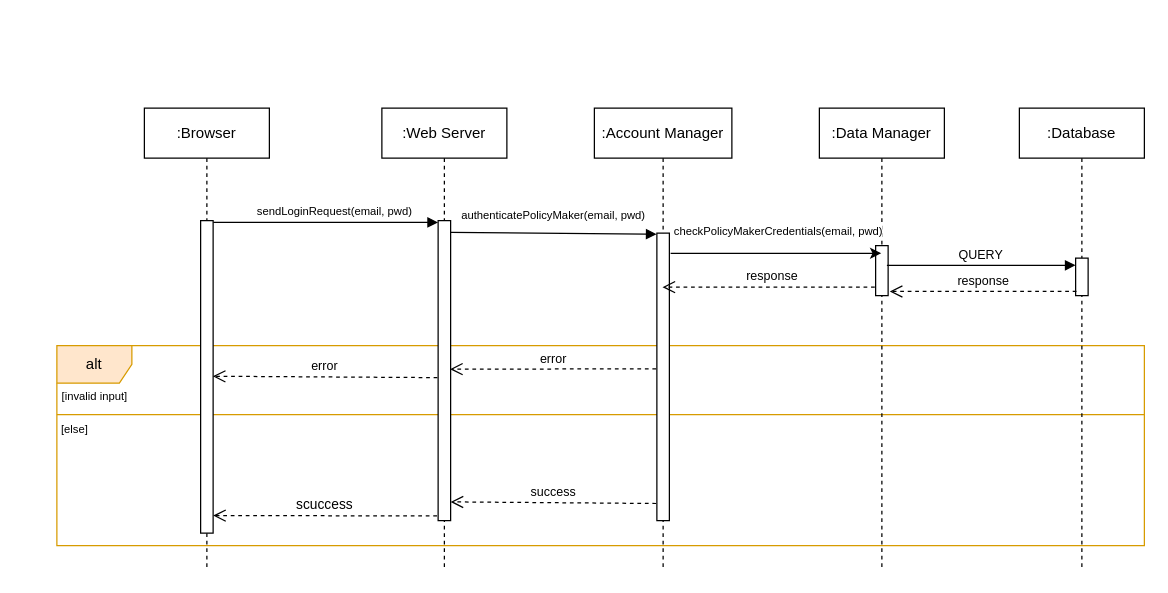
This is page "PM-login" (12 of 18) of DD/UML/Runtime.drawio from ictar/DREAM-SE2-Project-2022, a draw.io file, before an edit. Source tidied: cells renumbered, new cells numbered last; positions are measured from the earlier drawing's top-left corner, leaving out a move shared by most shapes. Both pictures are drawn from the tidied source at 125%, with x=0, y=0 at pixel (21, 108).
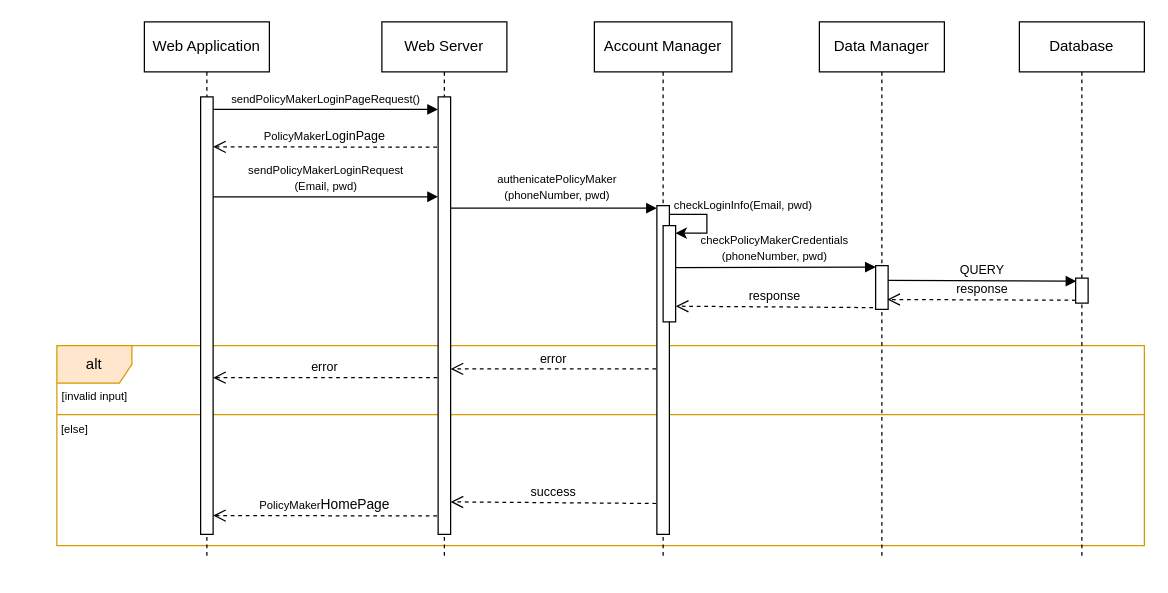
Above is the later version.

Change to the diagram source:
```diff
@@
-    <mxCell id="4" value=":Browser" style="shape=umlLifeline;perimeter=lifelinePerimeter;whiteSpace=wrap;html=1;" parent="1" vertex="1">
-      <mxGeometry x="98" width="100" height="370" as="geometry" />
-    </mxCell>
-    <mxCell id="5" value=":Web Server" style="shape=umlLifeline;perimeter=lifelinePerimeter;whiteSpace=wrap;html=1;" parent="1" vertex="1">
-      <mxGeometry x="288" width="100" height="370" as="geometry" />
-    </mxCell>
-    <mxCell id="6" style="html=1;points=[];perimeter=orthogonalPerimeter;" parent="5" vertex="1">
-      <mxGeometry x="45" y="90" width="10" height="240" as="geometry" />
-    </mxCell>
-    <mxCell id="7" value="&lt;font style=&quot;font-size: 9px&quot;&gt;sendLoginRequest(&lt;span class=&quot;NormalTextRun SCXW121076828 BCX0&quot; style=&quot;margin: 0px ; padding: 0px ; font-family: &amp;#34;dengxian&amp;#34; , &amp;#34;dengxian_embeddedfont&amp;#34; , &amp;#34;dengxian_msfontservice&amp;#34; , sans-serif ; text-align: left&quot;&gt;email,&amp;nbsp;&lt;/span&gt;&lt;span class=&quot;NormalTextRun SpellingErrorV2 SCXW121076828 BCX0 DefaultHighlightTransition&quot; style=&quot;margin: 0px ; padding: 0px ; transition: all 0.1s linear 0s ; background-repeat: repeat-x ; background-position: left bottom ; border-bottom: 1px solid transparent ; font-family: &amp;#34;dengxian&amp;#34; , &amp;#34;dengxian_embeddedfont&amp;#34; , &amp;#34;dengxian_msfontservice&amp;#34; , sans-serif ; text-align: left&quot;&gt;pwd&lt;/span&gt;)&lt;/font&gt;" style="html=1;verticalAlign=bottom;endArrow=block;rounded=0;entryX=-0.005;entryY=0.006;entryDx=0;entryDy=0;entryPerimeter=0;" parent="1" edge="1" source="9" target="6">
-      <mxGeometry x="0.08" relative="1" as="geometry" />
-    </mxCell>
-    <mxCell id="8" value="scuccess" style="html=1;verticalAlign=bottom;endArrow=open;dashed=1;endSize=8;exitX=-0.09;exitY=0.822;rounded=0;exitDx=0;exitDy=0;exitPerimeter=0;" parent="1" edge="1">
-      <mxGeometry relative="1" as="geometry">
-        <mxPoint x="332.1" y="326.2" as="sourcePoint" />
-        <mxPoint x="153" y="326" as="targetPoint" />
-      </mxGeometry>
-    </mxCell>
-    <mxCell id="9" style="html=1;points=[];perimeter=orthogonalPerimeter;" parent="1" vertex="1">
-      <mxGeometry x="143" y="90" width="10" height="250" as="geometry" />
-    </mxCell>
+    <mxCell id="28" value="Web Application" style="shape=umlLifeline;perimeter=lifelinePerimeter;whiteSpace=wrap;html=1;" parent="1" vertex="1">
+      <mxGeometry x="98" y="-69" width="100" height="430" as="geometry" />
+    </mxCell>
+    <mxCell id="29" value="Web Server" style="shape=umlLifeline;perimeter=lifelinePerimeter;whiteSpace=wrap;html=1;" parent="1" vertex="1">
+      <mxGeometry x="288" y="-69" width="100" height="430" as="geometry" />
+    </mxCell>
+    <mxCell id="30" style="html=1;points=[];perimeter=orthogonalPerimeter;" parent="29" vertex="1">
+      <mxGeometry x="45" y="60" width="10" height="350" as="geometry" />
+    </mxCell>
+    <mxCell id="31" value="&lt;font style=&quot;font-size: 9px&quot;&gt;sendPolicyMakerLoginRequest&lt;br&gt;(Email, pwd)&lt;/font&gt;" style="html=1;verticalAlign=bottom;endArrow=block;rounded=0;entryX=-0.005;entryY=0.006;entryDx=0;entryDy=0;entryPerimeter=0;" parent="1" edge="1">
+      <mxGeometry relative="1" as="geometry">
+        <mxPoint x="153" y="70.9" as="sourcePoint" />
+        <mxPoint x="332.9" y="70.9" as="targetPoint" />
+      </mxGeometry>
+    </mxCell>
+    <mxCell id="32" value="&lt;span style=&quot;font-size: 9px&quot;&gt;PolicyMaker&lt;/span&gt;HomePage" style="html=1;verticalAlign=bottom;endArrow=open;dashed=1;endSize=8;exitX=-0.09;exitY=0.822;rounded=0;exitDx=0;exitDy=0;exitPerimeter=0;" parent="1" edge="1">
+      <mxGeometry relative="1" as="geometry">
+        <mxPoint x="332.1" y="326.2" as="sourcePoint" />
+        <mxPoint x="153" y="326" as="targetPoint" />
+      </mxGeometry>
+    </mxCell>
+    <mxCell id="33" style="html=1;perimeter=orthogonalPerimeter;" parent="1" vertex="1">
+      <mxGeometry x="143" y="-9" width="10" height="350" as="geometry" />
+    </mxCell>
@@
-    <mxCell id="11" value=":Account Manager" style="shape=umlLifeline;perimeter=lifelinePerimeter;whiteSpace=wrap;html=1;outlineConnect=0;" parent="1" vertex="1">
-      <mxGeometry x="458" width="110" height="370" as="geometry" />
-    </mxCell>
-    <mxCell id="12" style="html=1;points=[];perimeter=orthogonalPerimeter;" parent="11" vertex="1">
-      <mxGeometry x="50" y="100" width="10" height="230" as="geometry" />
-    </mxCell>
-    <mxCell id="13" value=":Data Manager" style="shape=umlLifeline;perimeter=lifelinePerimeter;whiteSpace=wrap;html=1;outlineConnect=0;" parent="1" vertex="1">
-      <mxGeometry x="638" width="100" height="370" as="geometry" />
-    </mxCell>
-    <mxCell id="14" style="html=1;points=[];perimeter=orthogonalPerimeter;" parent="13" vertex="1">
-      <mxGeometry x="45" y="110" width="10" height="40" as="geometry" />
-    </mxCell>
-    <mxCell id="15" value=":Database" style="shape=umlLifeline;perimeter=lifelinePerimeter;whiteSpace=wrap;html=1;" parent="1" vertex="1">
-      <mxGeometry x="798" width="100" height="370" as="geometry" />
-    </mxCell>
-    <mxCell id="16" style="html=1;points=[];perimeter=orthogonalPerimeter;" parent="15" vertex="1">
-      <mxGeometry x="45" y="120" width="10" height="30" as="geometry" />
-    </mxCell>
-    <mxCell id="17" style="html=1;verticalAlign=bottom;endArrow=block;rounded=0;entryX=-0.021;entryY=0.004;entryDx=0;entryDy=0;entryPerimeter=0;exitX=0.997;exitY=0.039;exitDx=0;exitDy=0;exitPerimeter=0;" parent="1" edge="1" source="6" target="12">
-      <mxGeometry x="-0.21" y="10" relative="1" as="geometry" />
-    </mxCell>
-    <mxCell id="18" value="&lt;span style=&quot;color: rgb(0 , 0 , 0) ; font-family: &amp;#34;helvetica&amp;#34; ; font-style: normal ; font-weight: 400 ; letter-spacing: normal ; text-align: center ; text-indent: 0px ; text-transform: none ; word-spacing: 0px ; background-color: rgb(255 , 255 , 255) ; display: inline ; float: none&quot;&gt;&lt;font style=&quot;font-size: 9px&quot;&gt;check&lt;span style=&quot;font-family: &amp;#34;dengxian&amp;#34; , &amp;#34;dengxian_embeddedfont&amp;#34; , &amp;#34;dengxian_msfontservice&amp;#34; , sans-serif ; text-align: left&quot;&gt;PolicyMaker&lt;/span&gt;Credentials(&lt;span class=&quot;NormalTextRun SCXW121076828 BCX0&quot; style=&quot;margin: 0px ; padding: 0px ; font-family: &amp;#34;dengxian&amp;#34; , &amp;#34;dengxian_embeddedfont&amp;#34; , &amp;#34;dengxian_msfontservice&amp;#34; , sans-serif ; text-align: left&quot;&gt;email,&amp;nbsp;&lt;/span&gt;&lt;span class=&quot;NormalTextRun SpellingErrorV2 SCXW121076828 BCX0 DefaultHighlightTransition&quot; style=&quot;margin: 0px ; padding: 0px ; transition: all 0.1s linear 0s ; background-repeat: repeat-x ; background-position: left bottom ; border-bottom: 1px solid transparent ; font-family: &amp;#34;dengxian&amp;#34; , &amp;#34;dengxian_embeddedfont&amp;#34; , &amp;#34;dengxian_msfontservice&amp;#34; , sans-serif ; text-align: left&quot;&gt;pwd&lt;/span&gt;&lt;span class=&quot;NormalTextRun SCXW121076828 BCX0&quot; style=&quot;margin: 0px ; padding: 0px ; font-family: &amp;#34;dengxian&amp;#34; , &amp;#34;dengxian_embeddedfont&amp;#34; , &amp;#34;dengxian_msfontservice&amp;#34; , sans-serif ; text-align: left&quot;&gt;)&lt;/span&gt;&lt;/font&gt;&lt;/span&gt;" style="text;whiteSpace=wrap;html=1;fontSize=9;" parent="1" vertex="1">
-      <mxGeometry x="520" y="87" width="168" height="20" as="geometry" />
-    </mxCell>
-    <mxCell id="19" value="&lt;font style=&quot;font-size: 10px&quot;&gt;response&lt;/font&gt;" style="html=1;verticalAlign=bottom;endArrow=open;dashed=1;endSize=8;rounded=0;entryX=1.133;entryY=0.917;entryDx=0;entryDy=0;entryPerimeter=0;exitX=0.067;exitY=0.889;exitDx=0;exitDy=0;exitPerimeter=0;" parent="1" edge="1" source="16" target="14">
-      <mxGeometry relative="1" as="geometry" />
-    </mxCell>
-    <mxCell id="20" value="&lt;font style=&quot;font-size: 10px&quot;&gt;response&lt;/font&gt;" style="html=1;verticalAlign=bottom;endArrow=open;dashed=1;endSize=8;rounded=0;exitX=-0.067;exitY=0.831;exitDx=0;exitDy=0;exitPerimeter=0;" parent="1" edge="1" source="14" target="11">
-      <mxGeometry x="-0.03" relative="1" as="geometry" />
-    </mxCell>
-    <mxCell id="21" value="&lt;font style=&quot;font-size: 10px&quot;&gt;error&lt;/font&gt;" style="html=1;verticalAlign=bottom;endArrow=open;dashed=1;endSize=8;rounded=0;exitX=-0.067;exitY=0.831;exitDx=0;exitDy=0;exitPerimeter=0;entryX=0.953;entryY=0.495;entryDx=0;entryDy=0;entryPerimeter=0;" parent="1" edge="1" target="6">
-      <mxGeometry relative="1" as="geometry">
-        <mxPoint x="507.4" y="208.6" as="sourcePoint" />
-      </mxGeometry>
-    </mxCell>
-    <mxCell id="22" value="&lt;font style=&quot;font-size: 10px&quot;&gt;error&lt;/font&gt;" style="html=1;verticalAlign=bottom;endArrow=open;dashed=1;endSize=8;rounded=0;exitX=-0.067;exitY=0.831;exitDx=0;exitDy=0;exitPerimeter=0;entryX=0.976;entryY=0.498;entryDx=0;entryDy=0;entryPerimeter=0;" parent="1" edge="1" target="9">
-      <mxGeometry relative="1" as="geometry">
-        <mxPoint x="332.4" y="215.6" as="sourcePoint" />
-      </mxGeometry>
-    </mxCell>
+    <mxCell id="34" value="Account Manager" style="shape=umlLifeline;perimeter=lifelinePerimeter;whiteSpace=wrap;html=1;" parent="1" vertex="1">
+      <mxGeometry x="458" y="-69" width="110" height="430" as="geometry" />
+    </mxCell>
+    <mxCell id="35" style="html=1;perimeter=orthogonalPerimeter;" parent="34" vertex="1">
+      <mxGeometry x="50" y="147" width="10" height="263" as="geometry" />
+    </mxCell>
+    <mxCell id="36" value="Data Manager" style="shape=umlLifeline;perimeter=lifelinePerimeter;whiteSpace=wrap;html=1;" parent="1" vertex="1">
+      <mxGeometry x="638" y="-69" width="100" height="430" as="geometry" />
+    </mxCell>
+    <mxCell id="37" style="html=1;points=[];perimeter=orthogonalPerimeter;" parent="36" vertex="1">
+      <mxGeometry x="45" y="195" width="10" height="35" as="geometry" />
+    </mxCell>
+    <mxCell id="38" value="Database" style="shape=umlLifeline;perimeter=lifelinePerimeter;whiteSpace=wrap;html=1;" parent="1" vertex="1">
+      <mxGeometry x="798" y="-69" width="100" height="430" as="geometry" />
+    </mxCell>
+    <mxCell id="39" style="html=1;points=[];perimeter=orthogonalPerimeter;" parent="38" vertex="1">
+      <mxGeometry x="45" y="205" width="10" height="20" as="geometry" />
+    </mxCell>
+    <mxCell id="40" value="&lt;font style=&quot;font-size: 9px&quot;&gt;&lt;font style=&quot;font-size: 9px&quot;&gt;authenicatePolicyMaker&lt;br&gt;(phoneNumber, pwd&lt;/font&gt;&lt;font style=&quot;font-size: 9px&quot;&gt;)&lt;/font&gt;&lt;/font&gt;" style="html=1;verticalAlign=bottom;endArrow=block;rounded=0;" parent="1" edge="1" source="30">
+      <mxGeometry x="0.03" y="2" relative="1" as="geometry">
+        <mxPoint x="508" y="80" as="targetPoint" />
+      </mxGeometry>
+    </mxCell>
+    <mxCell id="41" value="&lt;span style=&quot;font-family: &amp;#34;helvetica&amp;#34; ; font-size: 9px&quot;&gt;check&lt;/span&gt;&lt;span style=&quot;font-size: 9px&quot;&gt;PolicyMaker&lt;/span&gt;&lt;span style=&quot;font-family: &amp;#34;helvetica&amp;#34; ; font-size: 9px&quot;&gt;Credentials&lt;/span&gt;&lt;span style=&quot;font-family: &amp;#34;helvetica&amp;#34; ; font-size: 9px&quot;&gt;&lt;br&gt;(&lt;/span&gt;&lt;span style=&quot;font-family: &amp;#34;helvetica&amp;#34; ; font-size: 9px&quot;&gt;phoneNumber, pwd&lt;/span&gt;&lt;span style=&quot;font-family: &amp;#34;helvetica&amp;#34; ; font-size: 9px&quot;&gt;)&lt;/span&gt;" style="html=1;verticalAlign=bottom;endArrow=block;rounded=0;entryX=0.011;entryY=0.033;entryDx=0;entryDy=0;entryPerimeter=0;exitX=0.944;exitY=0.436;exitDx=0;exitDy=0;exitPerimeter=0;" parent="1" edge="1" source="50" target="37">
+      <mxGeometry relative="1" as="geometry" />
+    </mxCell>
+    <mxCell id="42" value="&lt;font style=&quot;font-size: 10px&quot;&gt;response&lt;/font&gt;" style="html=1;verticalAlign=bottom;endArrow=open;dashed=1;endSize=8;rounded=0;entryX=0.94;entryY=0.804;entryDx=0;entryDy=0;entryPerimeter=0;exitX=0.01;exitY=0.937;exitDx=0;exitDy=0;exitPerimeter=0;" parent="1" edge="1">
+      <mxGeometry relative="1" as="geometry">
+        <mxPoint x="843.1" y="153.7" as="sourcePoint" />
+        <mxPoint x="692.4" y="153.1" as="targetPoint" />
+      </mxGeometry>
+    </mxCell>
+    <mxCell id="43" value="&lt;font style=&quot;font-size: 10px&quot;&gt;response&lt;/font&gt;" style="html=1;verticalAlign=bottom;endArrow=open;dashed=1;endSize=8;rounded=0;exitX=-0.211;exitY=0.887;exitDx=0;exitDy=0;exitPerimeter=0;entryX=1.019;entryY=0.837;entryDx=0;entryDy=0;entryPerimeter=0;" parent="1" edge="1" target="50">
+      <mxGeometry relative="1" as="geometry">
+        <mxPoint x="680.9" y="159.6" as="sourcePoint" />
+      </mxGeometry>
+    </mxCell>
+    <mxCell id="44" value="&lt;font style=&quot;font-size: 10px&quot;&gt;error&lt;/font&gt;" style="html=1;verticalAlign=bottom;endArrow=open;dashed=1;endSize=8;rounded=0;exitX=-0.067;exitY=0.831;exitDx=0;exitDy=0;exitPerimeter=0;" parent="1" edge="1">
+      <mxGeometry relative="1" as="geometry">
+        <mxPoint x="507.4" y="208.6" as="sourcePoint" />
+        <mxPoint x="343" y="208.6" as="targetPoint" />
+      </mxGeometry>
+    </mxCell>
+    <mxCell id="45" value="&lt;font style=&quot;font-size: 10px&quot;&gt;error&lt;/font&gt;" style="html=1;verticalAlign=bottom;endArrow=open;dashed=1;endSize=8;rounded=0;exitX=-0.067;exitY=0.831;exitDx=0;exitDy=0;exitPerimeter=0;" parent="1" edge="1">
+      <mxGeometry relative="1" as="geometry">
+        <mxPoint x="332.4" y="215.6" as="sourcePoint" />
+        <mxPoint x="153" y="215.6" as="targetPoint" />
+      </mxGeometry>
+    </mxCell>
@@
-    <mxCell id="25" value="&lt;font style=&quot;font-size: 9px&quot;&gt;&lt;span class=&quot;NormalTextRun SpellingErrorV2 SCXW121076828 BCX0&quot; style=&quot;margin: 0px ; padding: 0px ; background-repeat: repeat-x ; background-position: left bottom ; border-bottom: 1px solid transparent ; font-family: &amp;#34;dengxian&amp;#34; , &amp;#34;dengxian_embeddedfont&amp;#34; , &amp;#34;dengxian_msfontservice&amp;#34; , sans-serif ; text-align: left ; background-color: rgb(255 , 255 , 255)&quot;&gt;authenticatePolicyMaker&lt;/span&gt;&lt;span class=&quot;NormalTextRun SCXW121076828 BCX0&quot; style=&quot;margin: 0px ; padding: 0px ; font-family: &amp;#34;dengxian&amp;#34; , &amp;#34;dengxian_embeddedfont&amp;#34; , &amp;#34;dengxian_msfontservice&amp;#34; , sans-serif ; text-align: left ; background-color: rgb(255 , 255 , 255)&quot;&gt;(email,&amp;nbsp;&lt;/span&gt;&lt;span class=&quot;NormalTextRun SpellingErrorV2 SCXW121076828 BCX0 DefaultHighlightTransition&quot; style=&quot;margin: 0px ; padding: 0px ; transition: all 0.1s linear 0s ; background-repeat: repeat-x ; background-position: left bottom ; border-bottom: 1px solid transparent ; font-family: &amp;#34;dengxian&amp;#34; , &amp;#34;dengxian_embeddedfont&amp;#34; , &amp;#34;dengxian_msfontservice&amp;#34; , sans-serif ; text-align: left ; background-color: rgb(255 , 255 , 255)&quot;&gt;pwd&lt;/span&gt;&lt;span class=&quot;NormalTextRun SCXW121076828 BCX0&quot; style=&quot;margin: 0px ; padding: 0px ; font-family: &amp;#34;dengxian&amp;#34; , &amp;#34;dengxian_embeddedfont&amp;#34; , &amp;#34;dengxian_msfontservice&amp;#34; , sans-serif ; text-align: left ; background-color: rgb(255 , 255 , 255)&quot;&gt;)&lt;/span&gt;&lt;/font&gt;" style="text;html=1;strokeColor=none;fillColor=none;align=center;verticalAlign=middle;whiteSpace=wrap;rounded=0;" parent="1" vertex="1">
-      <mxGeometry x="351.5" y="70" width="146.5" height="30" as="geometry" />
-    </mxCell>
-    <mxCell id="26" style="endArrow=classic;html=1;rounded=0;fontFamily=Helvetica;fontSize=9;fontColor=#000000;exitX=1.1;exitY=0.07;exitDx=0;exitDy=0;exitPerimeter=0;" parent="1" edge="1" source="12" target="13">
-      <mxGeometry relative="1" as="geometry" />
-    </mxCell>
-    <mxCell id="27" value="&lt;font size=&quot;1&quot;&gt;QUERY&lt;/font&gt;" style="html=1;verticalAlign=bottom;endArrow=block;rounded=0;exitX=0.903;exitY=0.393;exitDx=0;exitDy=0;exitPerimeter=0;" parent="1" edge="1" source="14" target="16">
+    <mxCell id="27" value="&lt;font size=&quot;1&quot;&gt;QUERY&lt;/font&gt;" style="html=1;verticalAlign=bottom;endArrow=block;rounded=0;exitX=1.002;exitY=0.337;exitDx=0;exitDy=0;exitPerimeter=0;entryX=0.06;entryY=0.12;entryDx=0;entryDy=0;entryPerimeter=0;" parent="1" edge="1" source="37" target="39">
       <mxGeometry relative="1" as="geometry" />
     </mxCell>
+    <mxCell id="46" value="&lt;font style=&quot;font-size: 9px&quot;&gt;send&lt;span&gt;PolicyMaker&lt;/span&gt;LoginPageRequest()&lt;/font&gt;" style="html=1;verticalAlign=bottom;endArrow=block;rounded=0;entryX=-0.005;entryY=0.006;entryDx=0;entryDy=0;entryPerimeter=0;" parent="1" edge="1">
+      <mxGeometry relative="1" as="geometry">
+        <mxPoint x="153" y="1" as="sourcePoint" />
+        <mxPoint x="332.9" y="1" as="targetPoint" />
+      </mxGeometry>
+    </mxCell>
+    <mxCell id="47" value="&lt;font style=&quot;font-size: 10px&quot;&gt;&lt;span style=&quot;font-size: 9px&quot;&gt;PolicyMaker&lt;/span&gt;LoginPage&lt;/font&gt;" style="html=1;verticalAlign=bottom;endArrow=open;dashed=1;endSize=8;exitX=-0.09;exitY=0.822;rounded=0;exitDx=0;exitDy=0;exitPerimeter=0;" parent="1" edge="1">
+      <mxGeometry relative="1" as="geometry">
+        <mxPoint x="332.1" y="31.2" as="sourcePoint" />
+        <mxPoint x="153" y="31" as="targetPoint" />
+      </mxGeometry>
+    </mxCell>
+    <mxCell id="48" value="&lt;span style=&quot;color: rgb(0 , 0 , 0) ; font-family: &amp;#34;helvetica&amp;#34; ; font-style: normal ; font-weight: 400 ; letter-spacing: normal ; text-align: center ; text-indent: 0px ; text-transform: none ; word-spacing: 0px ; background-color: rgb(255 , 255 , 255) ; display: inline ; float: none&quot;&gt;&lt;font style=&quot;font-size: 9px&quot;&gt;checkLoginInfo(Email&lt;span style=&quot;font-family: &amp;#34;helvetica&amp;#34;&quot;&gt;, pwd&lt;/span&gt;)&lt;/font&gt;&lt;/span&gt;" style="text;whiteSpace=wrap;html=1;fontSize=9;" parent="1" vertex="1">
+      <mxGeometry x="520" y="66" width="158" height="20" as="geometry" />
+    </mxCell>
+    <mxCell id="49" style="endArrow=classic;html=1;rounded=0;fontSize=9;edgeStyle=orthogonalEdgeStyle;endFill=1;" parent="1" edge="1">
+      <mxGeometry relative="1" as="geometry">
+        <mxPoint x="518" y="85" as="sourcePoint" />
+        <mxPoint x="523" y="100" as="targetPoint" />
+        <Array as="points">
+          <mxPoint x="548" y="85" />
+          <mxPoint x="548" y="100" />
+        </Array>
+      </mxGeometry>
+    </mxCell>
+    <mxCell id="50" style="html=1;points=[];perimeter=orthogonalPerimeter;" parent="1" vertex="1">
+      <mxGeometry x="513" y="94" width="10" height="77" as="geometry" />
+    </mxCell>
```
